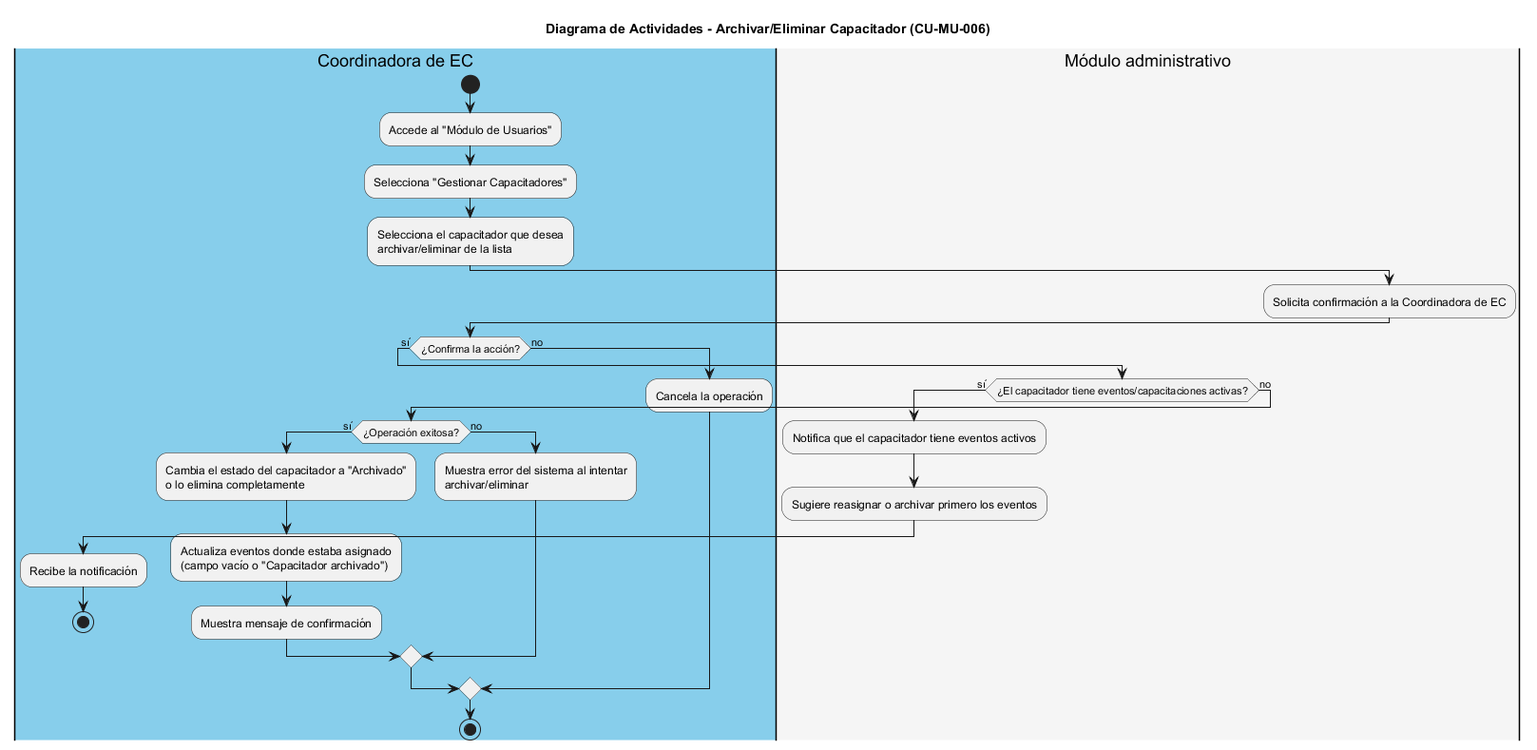
Before: img/CU-MU-006_Archivar_Eliminar_Capacitador.png, a diagram exported from PlantUML (iKinoo/baby-salesforce-admin-module).
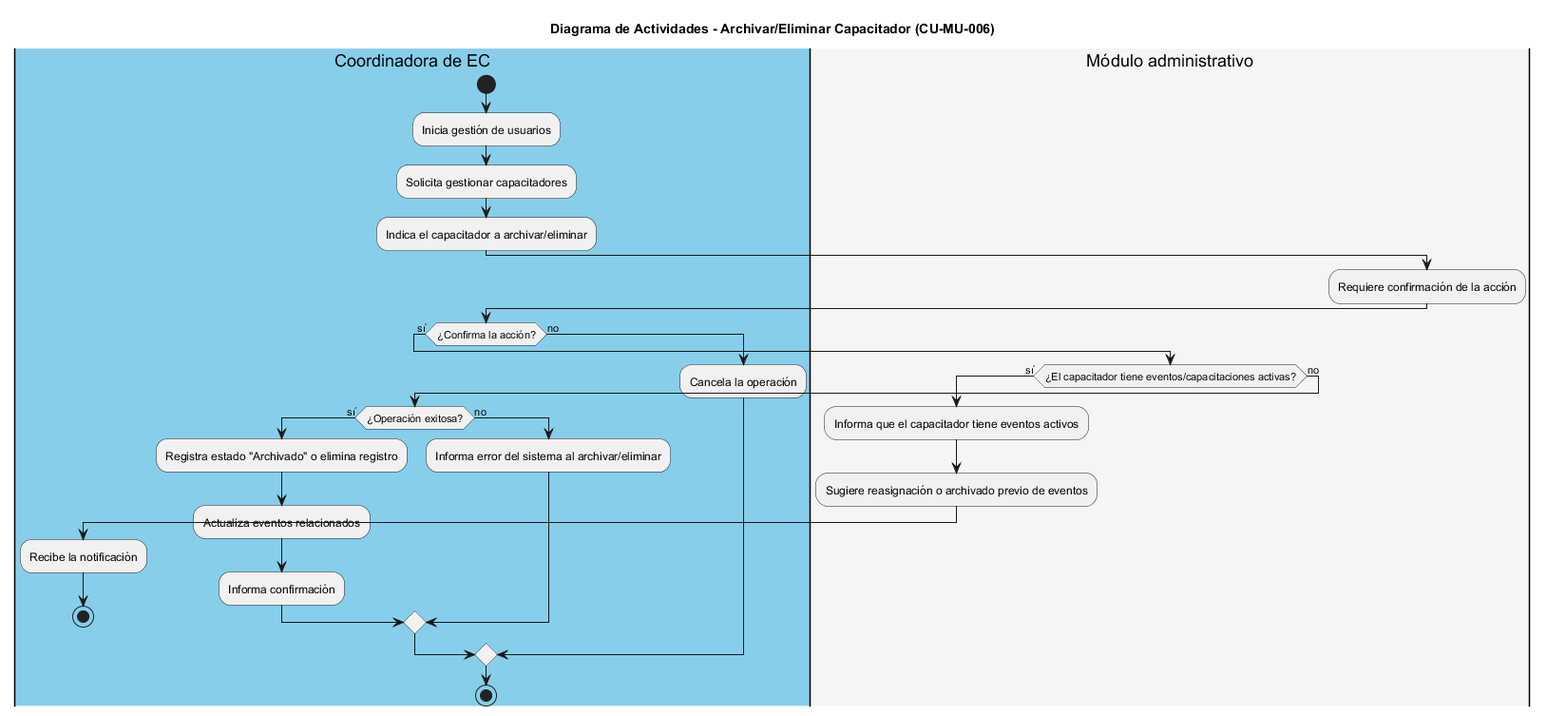
After the change.

Diff of the diagram source:
```diff
@@ -1,35 +1,31 @@
-@startuml
+@startuml CU-MU-006_Archivar_Eliminar_Capacitador
 title Diagrama de Actividades - Archivar/Eliminar Capacitador (CU-MU-006)
 
 |#skyblue|Coordinadora de EC|
 start
-:Accede al "Módulo de Usuarios";
-:Selecciona "Gestionar Capacitadores";
-:Selecciona el capacitador que desea
-archivar/eliminar de la lista;
+:Inicia gestión de usuarios;
+:Solicita gestionar capacitadores;
+:Indica el capacitador a archivar/eliminar;
 
 |#whitesmoke|Módulo administrativo|
-:Solicita confirmación a la Coordinadora de EC;
+:Requiere confirmación de la acción;
 
 |#skyblue|Coordinadora de EC|
 if (¿Confirma la acción?) then (sí)
   |#whitesmoke|Módulo administrativo|
   if (¿El capacitador tiene eventos/capacitaciones activas?) then (sí)
-    :Notifica que el capacitador tiene eventos activos;
-    :Sugiere reasignar o archivar primero los eventos;
+    :Informa que el capacitador tiene eventos activos;
+    :Sugiere reasignación o archivado previo de eventos;
     |#skyblue|Coordinadora de EC|
     :Recibe la notificación;
     stop
   else (no)
     if (¿Operación exitosa?) then (sí)
-      :Cambia el estado del capacitador a "Archivado"
-      o lo elimina completamente;
-      :Actualiza eventos donde estaba asignado
-      (campo vacío o "Capacitador archivado");
-      :Muestra mensaje de confirmación;
+      :Registra estado "Archivado" o elimina registro;
+      :Actualiza eventos relacionados;
+      :Informa confirmación;
     else (no)
-      :Muestra error del sistema al intentar
-      archivar/eliminar;
+      :Informa error del sistema al archivar/eliminar;
     endif
   endif
 else (no)
```
